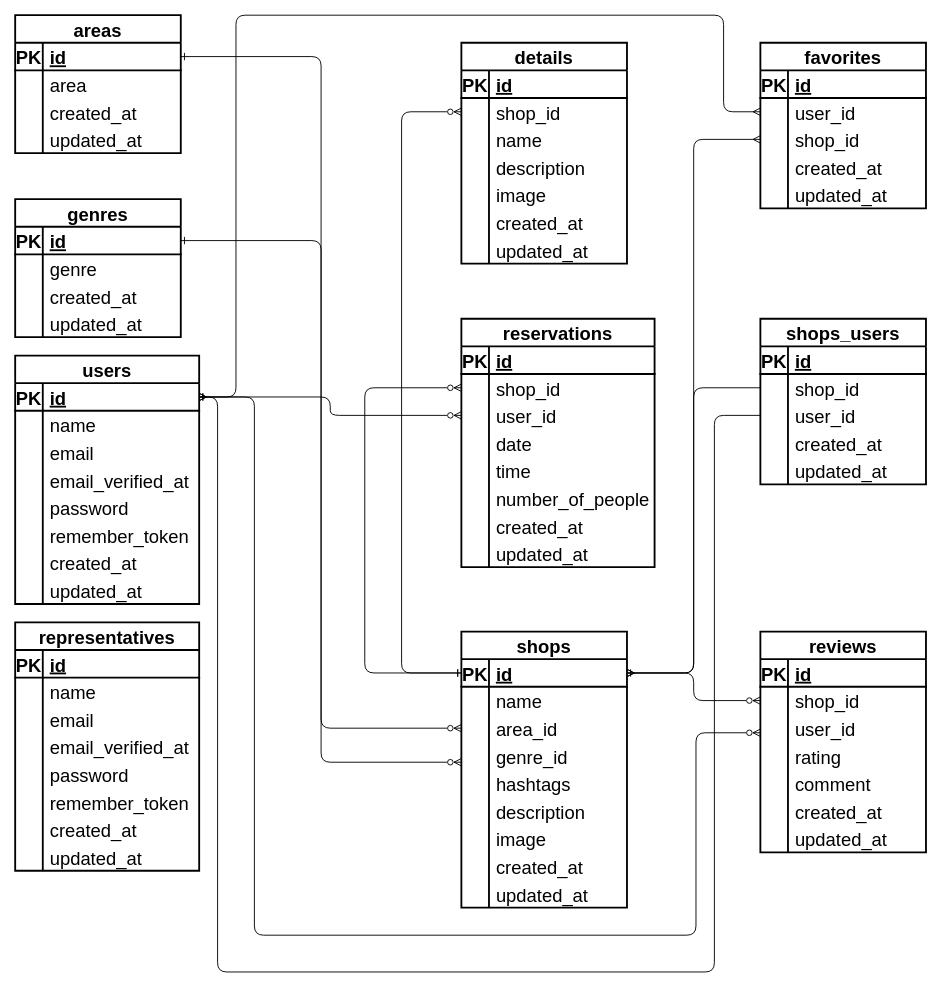
The draw.io diagram er.dio in kazuya0290/rese, before the edit. Source tidied: cells renumbered, new cells numbered last; positions are measured from the earlier drawing's top-left corner, leaving out a move shared by most shapes. Both pictures are drawn from the tidied source at 92%, with x=0, y=0 at pixel (15, 15).
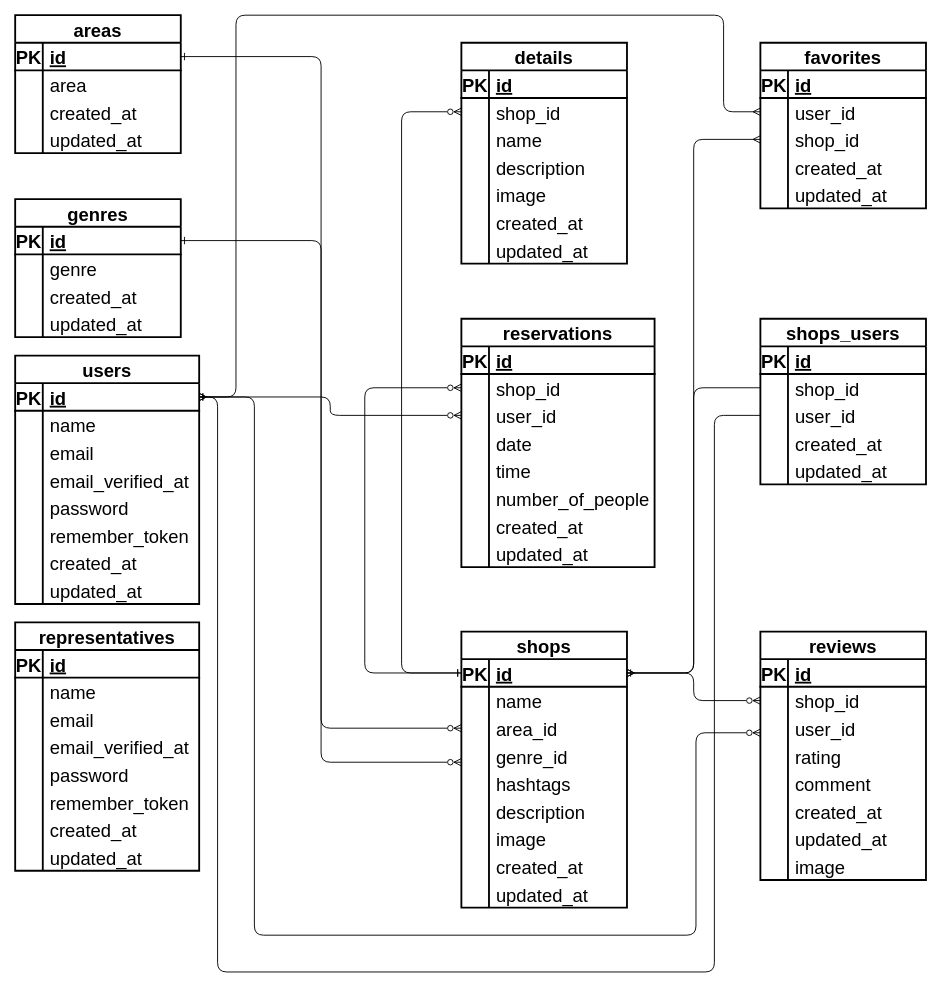
The same diagram, later.

Diff of the diagram source:
```diff
@@
     <mxCell id="157" value="reviews" style="shape=table;startSize=30;childLayout=tableLayout;rowLines=0;fontStyle=1;align=center;rounded=0;shadow=0;hachureGap=4;strokeWidth=2;fontFamily=Helvetica;fontSize=20;fontColor=default;" parent="1" vertex="1">
-      <mxGeometry x="810" y="670" width="180" height="240" as="geometry" />
+      <mxGeometry x="810" y="670" width="180" height="270" as="geometry" />
     </mxCell>
@@
+    <mxCell id="218" style="shape=tableRow;horizontal=0;startSize=0;swimlaneHead=0;swimlaneBody=0;fillColor=none;top=0;left=0;right=0;bottom=0;rounded=0;shadow=0;hachureGap=4;strokeWidth=2;fontFamily=Helvetica;fontSize=20;fontColor=default;" parent="157" vertex="1">
+      <mxGeometry y="240" width="180" height="30" as="geometry" />
+    </mxCell>
+    <mxCell id="219" style="shape=partialRectangle;fillColor=none;top=0;left=0;bottom=0;right=0;overflow=hidden;rounded=0;shadow=0;hachureGap=4;strokeWidth=2;fontFamily=Helvetica;fontSize=20;fontColor=default;" parent="218" vertex="1">
+      <mxGeometry width="30" height="30" as="geometry" />
+    </mxCell>
+    <mxCell id="220" value="image" style="shape=partialRectangle;fillColor=none;top=0;left=0;bottom=0;right=0;align=left;spacingLeft=6;overflow=hidden;rounded=0;shadow=0;hachureGap=4;strokeWidth=2;fontFamily=Helvetica;fontSize=20;fontColor=default;" parent="218" vertex="1">
+      <mxGeometry x="30" width="150" height="30" as="geometry" />
+    </mxCell>
```
